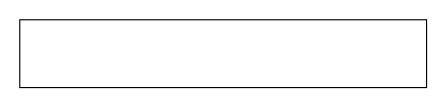
This is 数据处理/数据预处理.drawio from sunzx97/diagram, a draw.io file, before an edit. Source tidied: cells renumbered, new cells numbered last; positions are measured from the earlier drawing's top-left corner, leaving out a move shared by most shapes. Both pictures are drawn from the tidied source at 113%, with x=0, y=0 at pixel (19, 19).
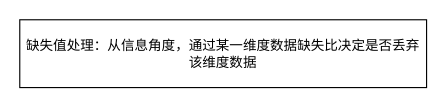
The same diagram, later.

Commit message (it also covers changes not shown here):
Update 数据预处理.drawio

Diff of the diagram source:
```diff
@@
 <mxGraphModel>
   <root>
     <mxCell id="0" />
     <mxCell id="1" parent="0" />
-    <mxCell id="2" style="rounded=0;whiteSpace=wrap;html=1;" parent="1" vertex="1">
+    <mxCell id="2" value="缺失值处理：从信息角度，通过某一维度数据缺失比决定是否丢弃该维度数据" style="rounded=0;whiteSpace=wrap;html=1;" parent="1" vertex="1">
       <mxGeometry width="360" height="60" as="geometry" />
     </mxCell>
   </root>
 </mxGraphModel>
```
